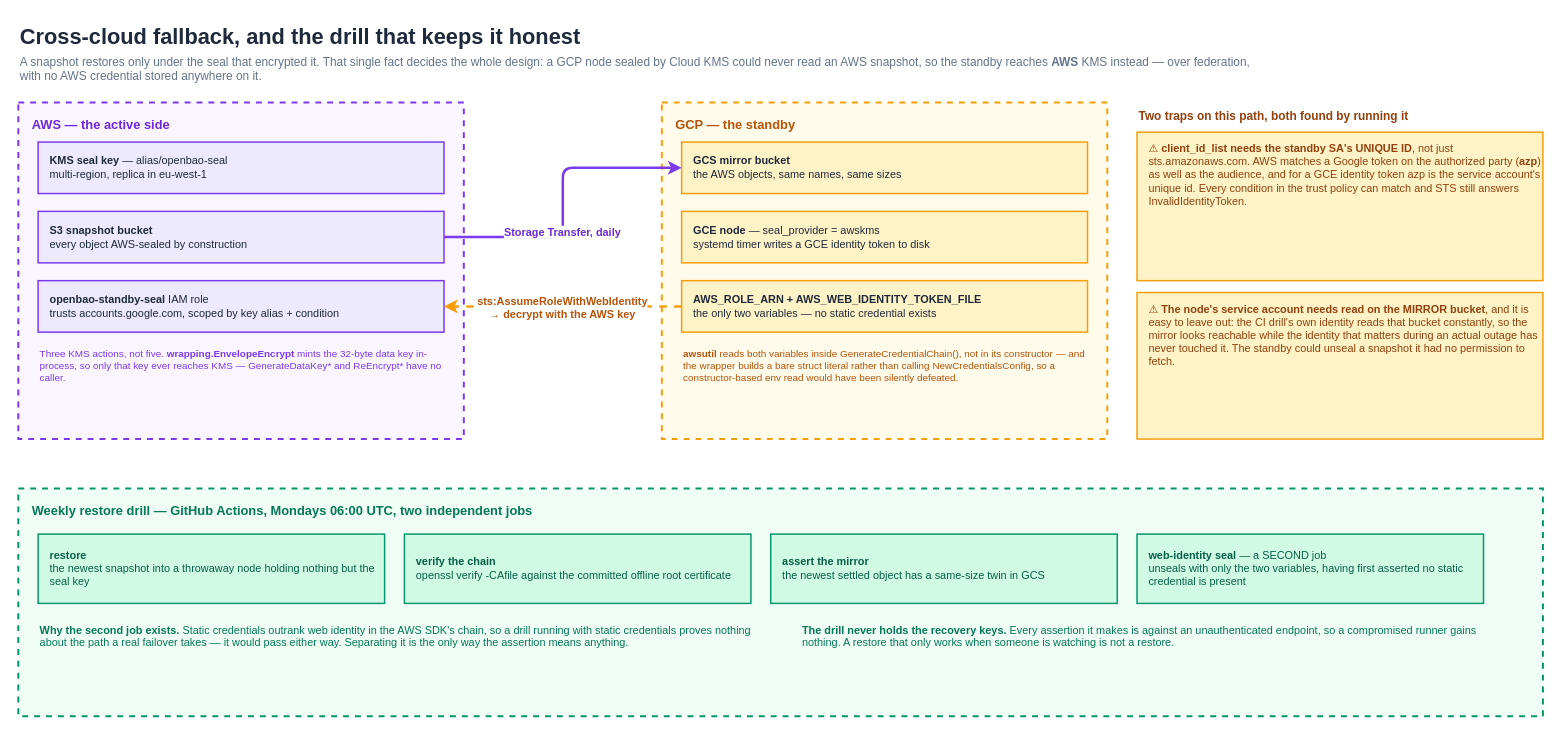
Above: page "Fallback and the drill" (2 of 2) of docs/architecture/openbao-lineage.drawio in Smana/cloud-native-ref (draw.io), before the change. Source tidied: cells renumbered, new cells numbered last; positions are measured from the earlier drawing's top-left corner, leaving out a move shared by most shapes. Both pictures are drawn from the tidied source at 99%, with x=0, y=0 at pixel (18, 17).
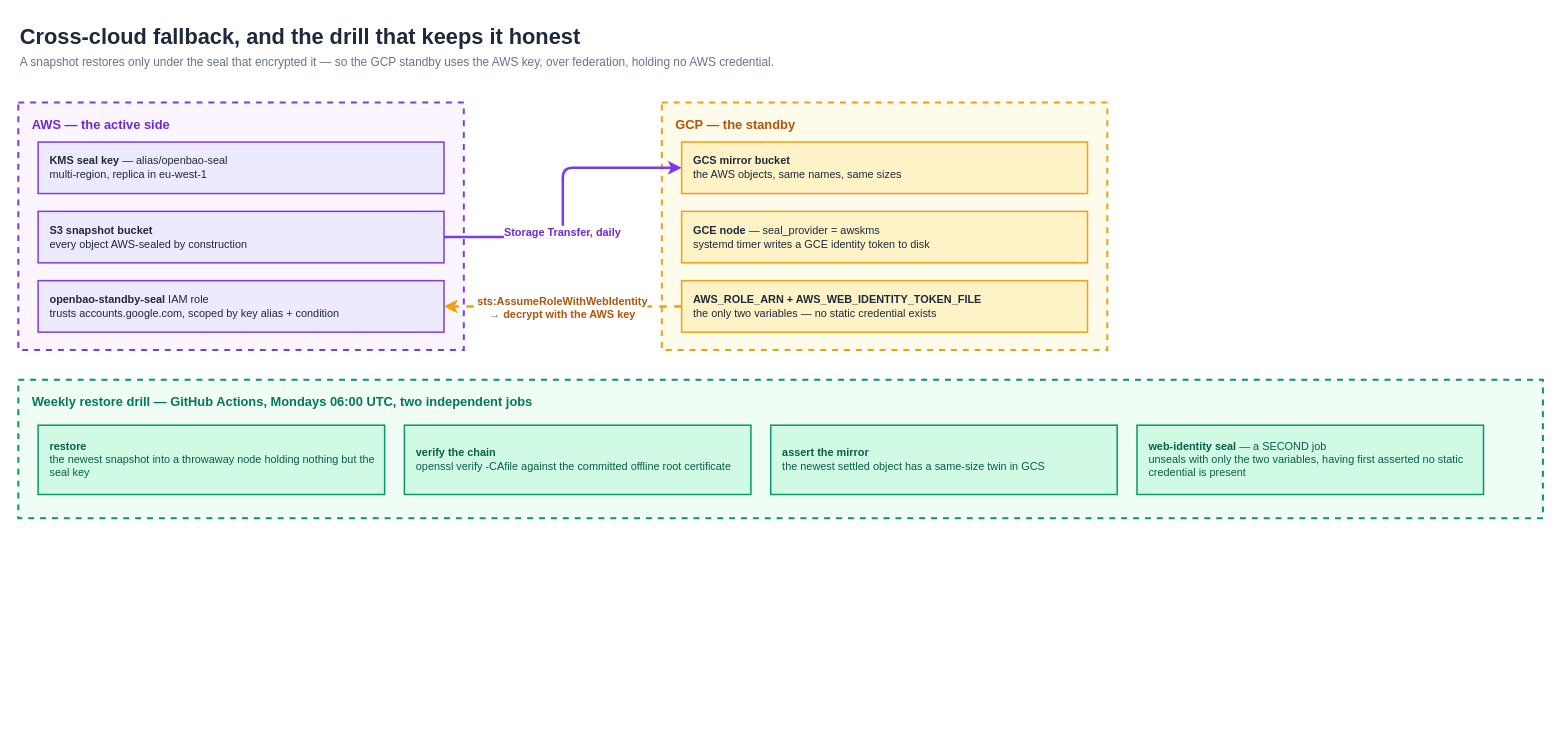
The same diagram, later.

The edit, as a diff of the source:
```diff
@@
-    <mxCell id="3" value="A snapshot restores only under the seal that encrypted it. That single fact decides the whole design: a GCP node sealed by Cloud KMS could never read an AWS snapshot, so the standby reaches &lt;b&gt;AWS&lt;/b&gt; KMS instead — over federation, with no AWS credential stored anywhere on it." style="text;html=1;fontFamily=Helvetica;fontSize=12;fontColor=#64748B;align=left;verticalAlign=top;whiteSpace=wrap;" parent="1" vertex="1">
+    <mxCell id="3" value="A snapshot restores only under the seal that encrypted it — so the GCP standby uses the AWS key, over federation, holding no AWS credential." style="text;html=1;fontFamily=Helvetica;fontSize=12;fontColor=#64748B;align=left;verticalAlign=top;whiteSpace=wrap;" parent="1" vertex="1">
       <mxGeometry y="32" width="1250" height="34" as="geometry" />
     </mxCell>
     <mxCell id="4" value="AWS — the active side" style="rounded=0;html=1;fillColor=#FAF5FF;strokeColor=#7C3AED;strokeWidth=2;dashed=1;verticalAlign=top;align=left;spacingLeft=12;spacingTop=8;fontFamily=Helvetica;fontSize=13;fontStyle=1;fontColor=#6D28D9;" parent="1" vertex="1">
-      <mxGeometry y="86" width="450" height="340" as="geometry" />
+      <mxGeometry y="86" width="450" height="250" as="geometry" />
     </mxCell>
@@
-    <mxCell id="8" value="Three KMS actions, not five. &lt;b&gt;wrapping.EnvelopeEncrypt&lt;/b&gt; mints the 32-byte data key in-process, so only that key ever reaches KMS — GenerateDataKey* and ReEncrypt* have no caller." style="text;html=1;fontFamily=Helvetica;fontSize=10;fontColor=#7C3AED;align=left;verticalAlign=top;whiteSpace=wrap;" parent="1" vertex="1">
-      <mxGeometry x="20" y="328" width="410" height="42" as="geometry" />
-    </mxCell>
     <mxCell id="9" value="GCP — the standby" style="rounded=0;html=1;fillColor=#FFFBEB;strokeColor=#F59E0B;strokeWidth=2;dashed=1;verticalAlign=top;align=left;spacingLeft=12;spacingTop=8;fontFamily=Helvetica;fontSize=13;fontStyle=1;fontColor=#B45309;" parent="1" vertex="1">
-      <mxGeometry x="650" y="86" width="450" height="340" as="geometry" />
+      <mxGeometry x="650" y="86" width="450" height="250" as="geometry" />
     </mxCell>
@@
-    <mxCell id="13" value="&lt;b&gt;awsutil&lt;/b&gt; reads both variables inside GenerateCredentialChain(), not in its constructor — and the wrapper builds a bare struct literal rather than calling NewCredentialsConfig, so a constructor-based env read would have been silently defeated." style="text;html=1;fontFamily=Helvetica;fontSize=10;fontColor=#B45309;align=left;verticalAlign=top;whiteSpace=wrap;" parent="1" vertex="1">
-      <mxGeometry x="670" y="328" width="410" height="52" as="geometry" />
-    </mxCell>
@@
     <mxCell id="18" value="Weekly restore drill — GitHub Actions, Mondays 06:00 UTC, two independent jobs" style="rounded=0;html=1;fillColor=#F0FDF4;strokeColor=#059669;strokeWidth=2;dashed=1;verticalAlign=top;align=left;spacingLeft=12;spacingTop=8;fontFamily=Helvetica;fontSize=13;fontStyle=1;fontColor=#047857;" parent="1" vertex="1">
-      <mxGeometry y="476" width="1540" height="230" as="geometry" />
+      <mxGeometry y="366" width="1540" height="140" as="geometry" />
     </mxCell>
     <mxCell id="19" value="&lt;b&gt;restore&lt;/b&gt;&#10;the newest snapshot into a throwaway node holding nothing but the seal key" style="rounded=0;html=1;fillColor=#D1FAE5;strokeColor=#059669;strokeWidth=1.5;whiteSpace=wrap;align=left;spacingLeft=10;fontFamily=Helvetica;fontSize=11;fontColor=#065F46;" parent="1" vertex="1">
-      <mxGeometry x="20" y="522" width="350" height="70" as="geometry" />
+      <mxGeometry x="20" y="412" width="350" height="70" as="geometry" />
     </mxCell>
     <mxCell id="20" value="&lt;b&gt;verify the chain&lt;/b&gt;&#10;openssl verify -CAfile against the committed offline root certificate" style="rounded=0;html=1;fillColor=#D1FAE5;strokeColor=#059669;strokeWidth=1.5;whiteSpace=wrap;align=left;spacingLeft=10;fontFamily=Helvetica;fontSize=11;fontColor=#065F46;" parent="1" vertex="1">
-      <mxGeometry x="390" y="522" width="350" height="70" as="geometry" />
+      <mxGeometry x="390" y="412" width="350" height="70" as="geometry" />
     </mxCell>
     <mxCell id="21" value="&lt;b&gt;assert the mirror&lt;/b&gt;&#10;the newest settled object has a same-size twin in GCS" style="rounded=0;html=1;fillColor=#D1FAE5;strokeColor=#059669;strokeWidth=1.5;whiteSpace=wrap;align=left;spacingLeft=10;fontFamily=Helvetica;fontSize=11;fontColor=#065F46;" parent="1" vertex="1">
-      <mxGeometry x="760" y="522" width="350" height="70" as="geometry" />
+      <mxGeometry x="760" y="412" width="350" height="70" as="geometry" />
     </mxCell>
     <mxCell id="22" value="&lt;b&gt;web-identity seal&lt;/b&gt; — a SECOND job&#10;unseals with only the two variables, having first asserted no static credential is present" style="rounded=0;html=1;fillColor=#D1FAE5;strokeColor=#059669;strokeWidth=1.5;whiteSpace=wrap;align=left;spacingLeft=10;fontFamily=Helvetica;fontSize=11;fontColor=#065F46;" parent="1" vertex="1">
-      <mxGeometry x="1130" y="522" width="350" height="70" as="geometry" />
+      <mxGeometry x="1130" y="412" width="350" height="70" as="geometry" />
     </mxCell>
-    <mxCell id="23" value="&lt;b&gt;Why the second job exists.&lt;/b&gt; Static credentials outrank web identity in the AWS SDK's chain, so a drill running with static credentials proves nothing about the path a real failover takes — it would pass either way. Separating it is the only way the assertion means anything." style="text;html=1;fontFamily=Helvetica;fontSize=11;fontColor=#047857;align=left;verticalAlign=top;whiteSpace=wrap;" parent="1" vertex="1">
-      <mxGeometry x="20" y="606" width="740" height="56" as="geometry" />
-    </mxCell>
-    <mxCell id="24" value="&lt;b&gt;The drill never holds the recovery keys.&lt;/b&gt; Every assertion it makes is against an unauthenticated endpoint, so a compromised runner gains nothing. A restore that only works when someone is watching is not a restore." style="text;html=1;fontFamily=Helvetica;fontSize=11;fontColor=#047857;align=left;verticalAlign=top;whiteSpace=wrap;" parent="1" vertex="1">
-      <mxGeometry x="790" y="606" width="690" height="56" as="geometry" />
-    </mxCell>
-    <mxCell id="25" value="Two traps on this path, both found by running it" style="text;html=1;fontFamily=Helvetica;fontSize=12;fontStyle=1;fontColor=#92400E;align=left;" parent="1" vertex="1">
-      <mxGeometry x="1130" y="86" width="410" height="24" as="geometry" />
-    </mxCell>
-    <mxCell id="26" value="⚠  &lt;b&gt;client_id_list needs the standby SA's UNIQUE ID&lt;/b&gt;, not just sts.amazonaws.com. AWS matches a Google token on the authorized party (&lt;b&gt;azp&lt;/b&gt;) as well as the audience, and for a GCE identity token azp is the service account's unique id. Every condition in the trust policy can match and STS still answers InvalidIdentityToken." style="rounded=0;html=1;fillColor=#FEF3C7;strokeColor=#F59E0B;strokeWidth=1.5;whiteSpace=wrap;align=left;spacingLeft=10;spacingTop=4;verticalAlign=top;fontFamily=Helvetica;fontSize=11;fontColor=#92400E;" parent="1" vertex="1">
-      <mxGeometry x="1130" y="116" width="410" height="150" as="geometry" />
-    </mxCell>
-    <mxCell id="27" value="⚠  &lt;b&gt;The node's service account needs read on the MIRROR bucket&lt;/b&gt;, and it is easy to leave out: the CI drill's own identity reads that bucket constantly, so the mirror looks reachable while the identity that matters during an actual outage has never touched it. The standby could unseal a snapshot it had no permission to fetch." style="rounded=0;html=1;fillColor=#FEF3C7;strokeColor=#F59E0B;strokeWidth=1.5;whiteSpace=wrap;align=left;spacingLeft=10;spacingTop=4;verticalAlign=top;fontFamily=Helvetica;fontSize=11;fontColor=#92400E;" parent="1" vertex="1">
-      <mxGeometry x="1130" y="278" width="410" height="148" as="geometry" />
-    </mxCell>
```
